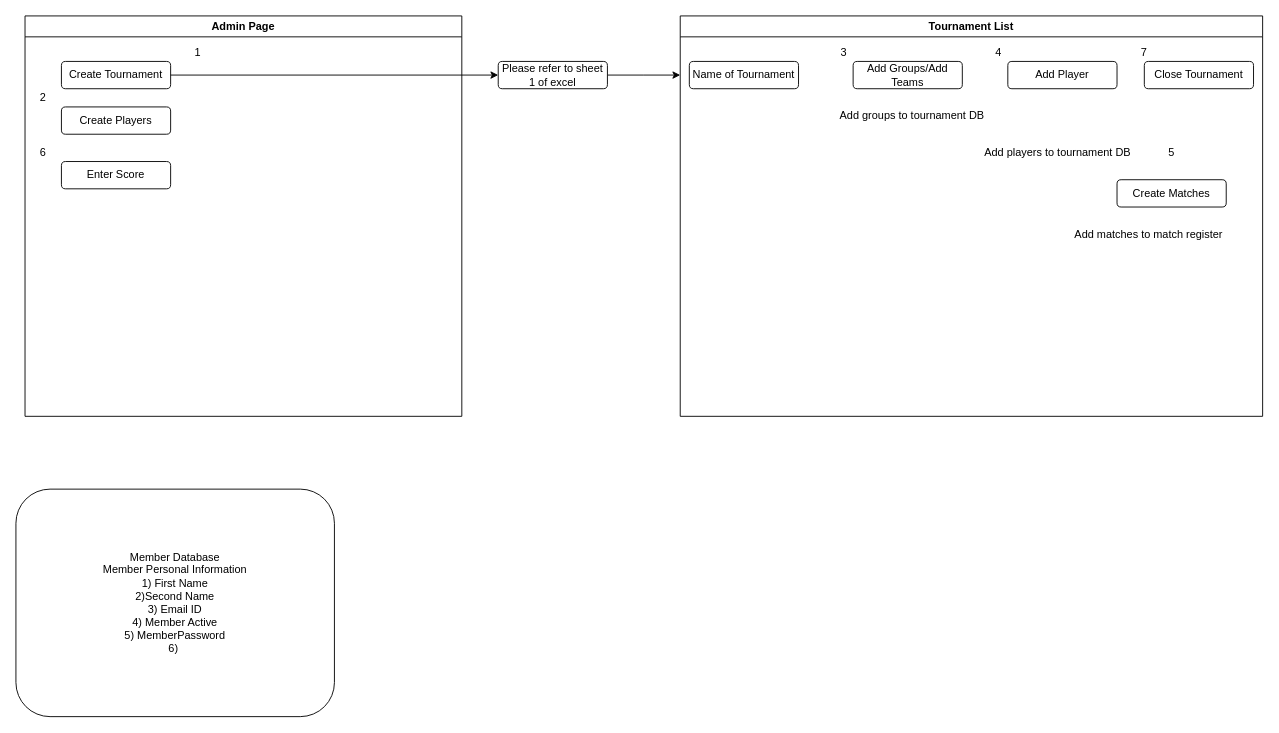
Before: page "Admin Flow" (4 of 4) of Untitled Diagram.drawio in snair0410/cv, a draw.io diagram. Source tidied: cells renumbered, new cells numbered last; positions are measured from the earlier drawing's top-left corner, leaving out a move shared by most shapes. Both pictures are drawn from the tidied source at 91%, with x=0, y=0 at pixel (15, 15).
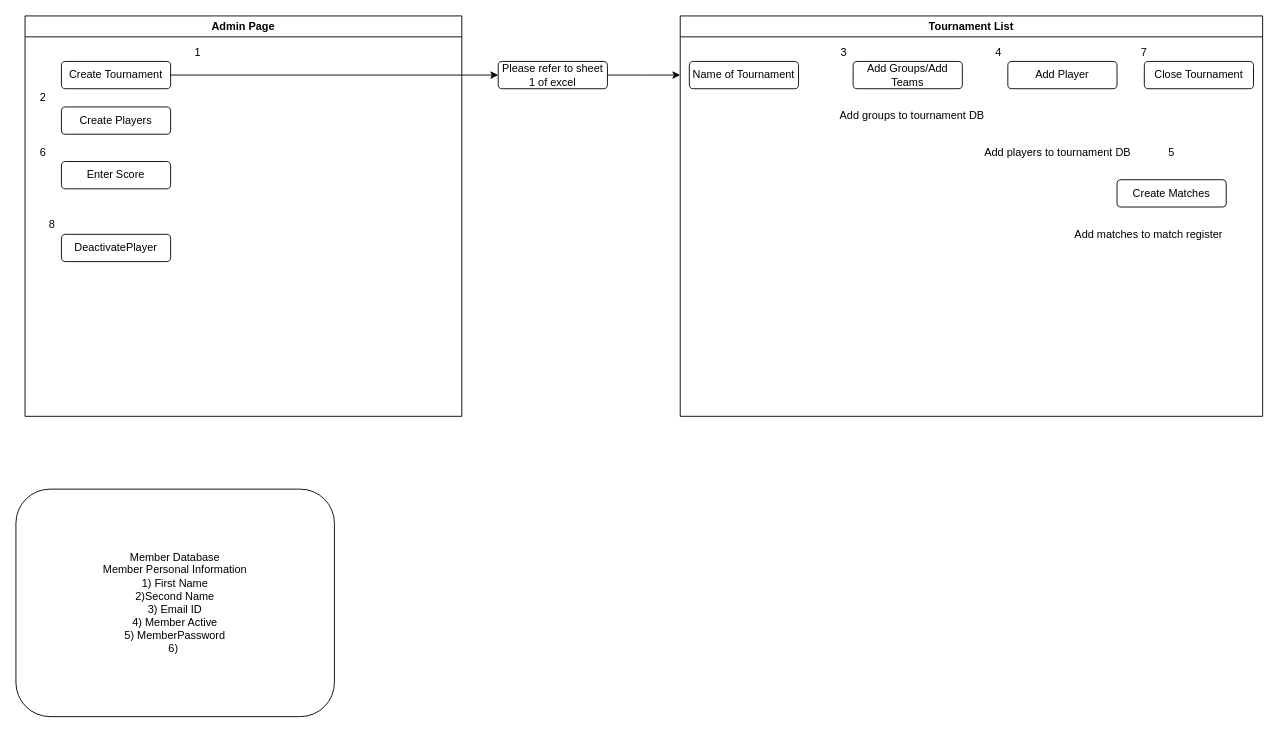
The same page after the edit.

Unchanged cells that the change refers to:
```xml
<mxCell id="2" value="Admin Page" style="swimlane;" parent="1" vertex="1">
  <mxGeometry x="10" width="480" height="440" as="geometry" />
</mxCell>
```

Diff of the diagram source:
```diff
@@
+    <mxCell id="26" value="DeactivatePlayer" style="rounded=1;whiteSpace=wrap;html=1;" parent="2" vertex="1">
+      <mxGeometry x="40" y="240" width="120" height="30" as="geometry" />
+    </mxCell>
+    <mxCell id="27" value="8" style="text;html=1;strokeColor=none;fillColor=none;align=center;verticalAlign=middle;whiteSpace=wrap;rounded=0;" parent="2" vertex="1">
+      <mxGeometry x="10" y="220" width="40" height="20" as="geometry" />
+    </mxCell>
```
